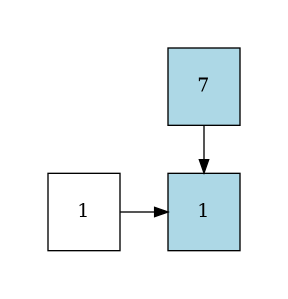
0520Jose/-EDD-1S2025_202300539 keeps this Graphviz diagram as Fase_1/AutoGestPro/Reportes/MatrizDispersa.png. Above is the earlier version. Its source is kept beside it as Fase_1/AutoGestPro/Reportes/MatrizDispersa.dot.
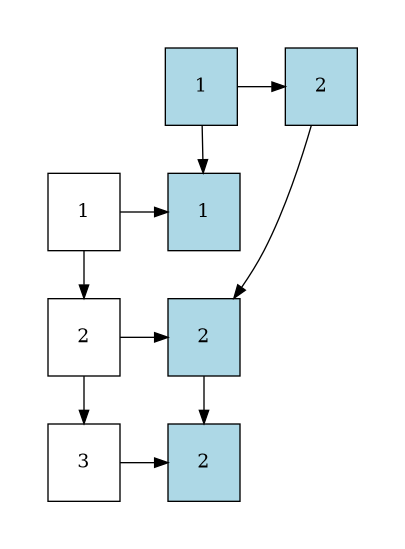
After the change.

Change to the diagram source:
```diff
@@ -2,10 +2,24 @@
 graph [pad="0.5", nodesep="0.5", ranksep="0.5"]
 node [shape=box, height=0.8]
 	Fila1[style="filled", fillcolor="white", label="1", group=0];
-	Columna7 -> Nodo1_7;
-	Columna7[style="filled", fillcolor="lightblue", label="7"];
-	{rank = same;Columna7;}
-	Nodo1_7[style="filled", fillcolor="lightblue", label="1", group ="7"];
-	Fila1 -> Nodo1_7;
-	{rank = same; Fila1;	Nodo1_7;}
+	Fila2[style="filled", fillcolor="white", label="2", group=0];
+	Fila3[style="filled", fillcolor="white", label="3", group=0];
+	Fila1 -> Fila2;
+	Fila2 -> Fila3;
+	Columna1 -> Nodo1_1;
+	Columna2 -> Nodo2_2;
+	Nodo2_2 -> Nodo3_2;
+	Columna1[style="filled", fillcolor="lightblue", label="1"];
+	Columna2[style="filled", fillcolor="lightblue", label="2"];
+	Columna1 -> Columna2;
+	{rank = same;Columna1;Columna2;}
+	Nodo1_1[style="filled", fillcolor="lightblue", label="1", group ="1"];
+	Fila1 -> Nodo1_1;
+	Nodo2_2[style="filled", fillcolor="lightblue", label="2", group ="2"];
+	Fila2 -> Nodo2_2;
+	Nodo3_2[style="filled", fillcolor="lightblue", label="2", group ="2"];
+	Fila3 -> Nodo3_2;
+	{rank = same; Fila1;	Nodo1_1;}
+	{rank = same; Fila2;	Nodo2_2;}
+	{rank = same; Fila3;	Nodo3_2;}
 }
```
